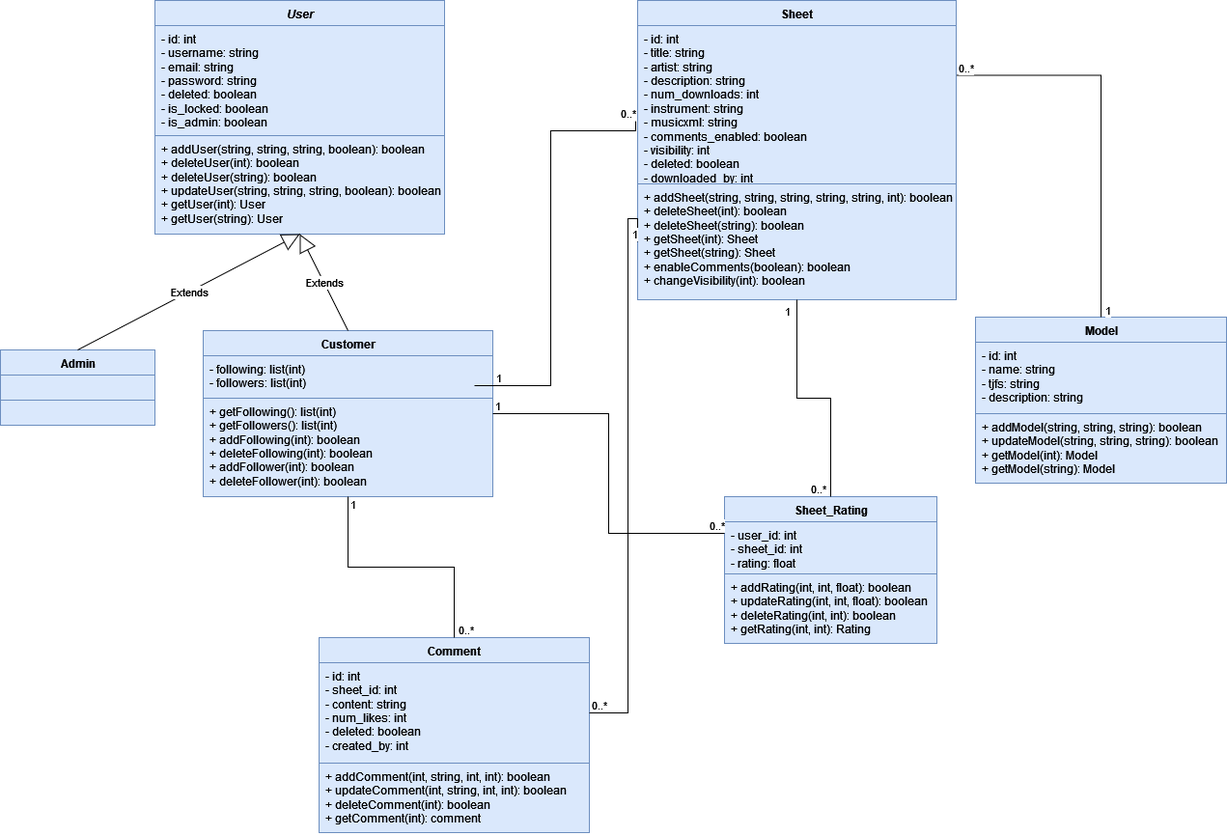
Above: db/Knowtes_Class_Diagram.png in ProjFall2025/Team3 (draw.io), before the change. Source tidied: cells renumbered, new cells last; positions are measured from the earlier drawing's top-left corner, leaving out a move shared by most shapes.
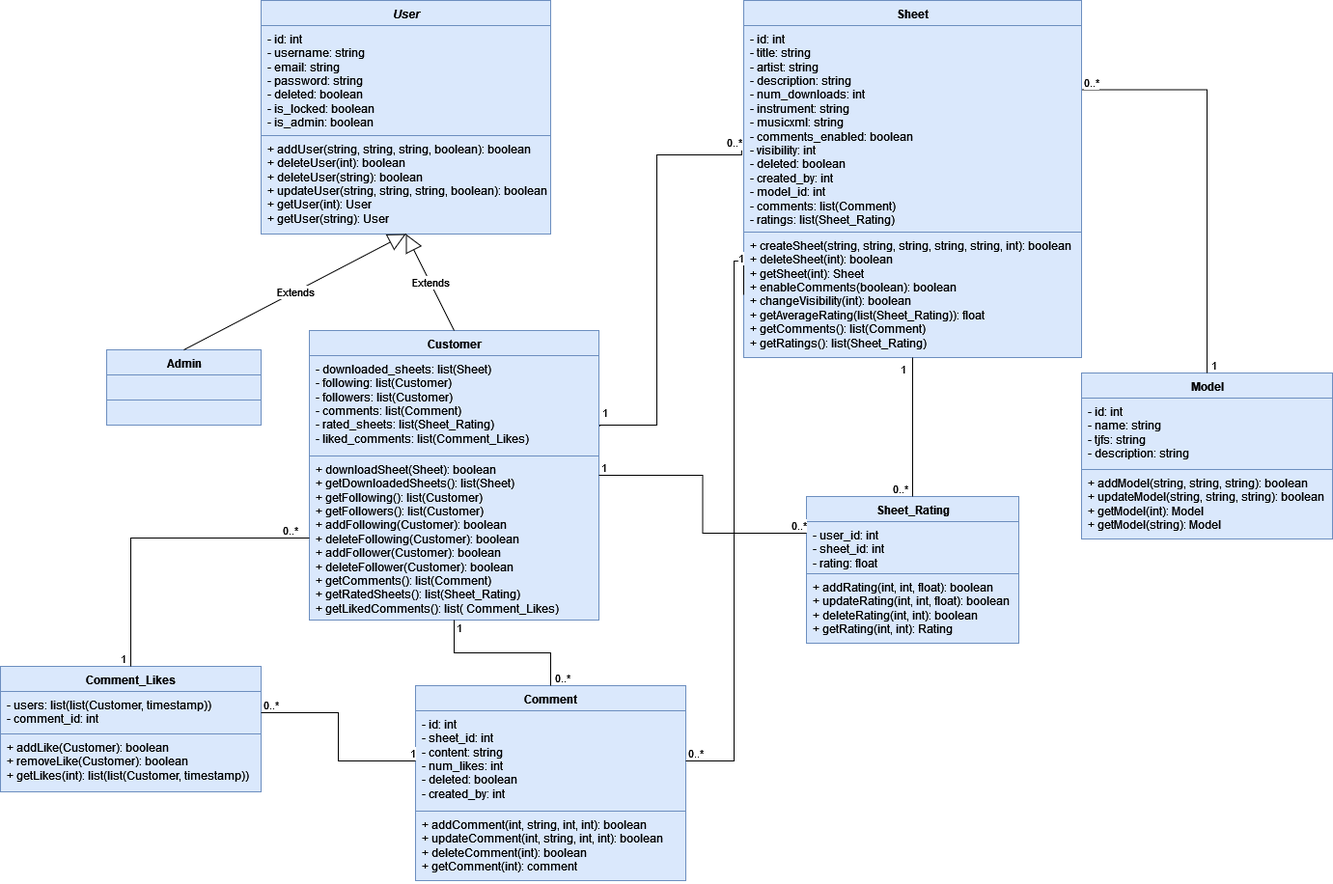
The same diagram one commit later.

Commit message:
Updated UML Class Diagram

The edit, as a diff of the source:
```diff
@@ -3,25 +3,25 @@
     <mxCell id="0" />
     <mxCell id="1" parent="0" />
     <mxCell id="2" value="Customer" style="swimlane;fontStyle=1;align=center;verticalAlign=top;horizontal=1;startSize=26;whiteSpace=wrap;html=1;fillColor=#dae8fc;strokeColor=#6c8ebf;" parent="1" vertex="1">
-      <mxGeometry x="210" y="342" width="300" height="172" as="geometry" />
+      <mxGeometry x="210" y="342" width="300" height="300" as="geometry" />
     </mxCell>
-    <mxCell id="3" value="&lt;div&gt;&lt;div&gt;&lt;div&gt;&lt;div&gt;&lt;div&gt;&lt;div&gt;&lt;div&gt;&lt;div&gt;&lt;div&gt;- following: list(int)&lt;/div&gt;&lt;div&gt;- followers: list(int)&lt;br&gt;&lt;/div&gt;&lt;/div&gt;&lt;/div&gt;&lt;/div&gt;&lt;/div&gt;&lt;/div&gt;&lt;/div&gt;&lt;/div&gt;&lt;/div&gt;&lt;div&gt;&lt;br&gt;&lt;/div&gt;" style="text;strokeColor=#6c8ebf;fillColor=#dae8fc;align=left;verticalAlign=top;spacingLeft=4;spacingRight=4;overflow=hidden;points=[[0,0.5],[1,0.5]];portConstraint=eastwest;whiteSpace=wrap;html=1;" parent="2" vertex="1">
-      <mxGeometry y="26" width="300" height="44" as="geometry" />
+    <mxCell id="3" value="&lt;div&gt;&lt;div&gt;&lt;div&gt;&lt;div&gt;&lt;div&gt;&lt;div&gt;&lt;div&gt;&lt;div&gt;&lt;div&gt;- downloaded_sheets: list(Sheet)&lt;br&gt;&lt;/div&gt;&lt;div&gt;- following: list(Customer)&lt;/div&gt;&lt;div&gt;- followers: list(Customer)&lt;/div&gt;&lt;div&gt;- comments: list(Comment)&lt;/div&gt;&lt;div&gt;- rated_sheets: list(Sheet_Rating)&lt;br&gt;&lt;/div&gt;&lt;/div&gt;&lt;/div&gt;&lt;/div&gt;&lt;/div&gt;&lt;/div&gt;&lt;/div&gt;&lt;/div&gt;&lt;/div&gt;&lt;div&gt;- liked_comments: list(Comment_Likes)&lt;br&gt;&lt;/div&gt;" style="text;strokeColor=#6c8ebf;fillColor=#dae8fc;align=left;verticalAlign=top;spacingLeft=4;spacingRight=4;overflow=hidden;points=[[0,0.5],[1,0.5]];portConstraint=eastwest;whiteSpace=wrap;html=1;" parent="2" vertex="1">
+      <mxGeometry y="26" width="300" height="104" as="geometry" />
     </mxCell>
-    <mxCell id="4" value="&lt;div&gt;&lt;div&gt;&lt;div&gt;&lt;div&gt;&lt;div&gt;&lt;div&gt;+ getFollowing(): list(int)&lt;/div&gt;&lt;div&gt;+ getFollowers(): list(int)&lt;/div&gt;&lt;div&gt;+ addFollowing(int): boolean&lt;/div&gt;&lt;div&gt;+ deleteFollowing(int): boolean&lt;/div&gt;&lt;div&gt;+ addFollower(int): boolean&lt;/div&gt;&lt;div&gt;+ deleteFollower(int): boolean&lt;br&gt;&lt;/div&gt;&lt;div&gt;&lt;br&gt;&lt;/div&gt;&lt;/div&gt;&lt;/div&gt;&lt;/div&gt;&lt;/div&gt;&lt;/div&gt;" style="text;strokeColor=#6c8ebf;fillColor=#dae8fc;align=left;verticalAlign=top;spacingLeft=4;spacingRight=4;overflow=hidden;points=[[0,0.5],[1,0.5]];portConstraint=eastwest;whiteSpace=wrap;html=1;" parent="2" vertex="1">
-      <mxGeometry y="70" width="300" height="102" as="geometry" />
+    <mxCell id="4" value="&lt;div&gt;&lt;div&gt;&lt;div&gt;&lt;div&gt;&lt;div&gt;&lt;div&gt;+ downloadSheet(Sheet): boolean&lt;br&gt;&lt;/div&gt;&lt;div&gt;+ getDownloadedSheets(): list(Sheet)&lt;br&gt;&lt;/div&gt;&lt;div&gt;+ getFollowing(): list(Customer)&lt;/div&gt;&lt;div&gt;+ getFollowers(): list(Customer)&lt;/div&gt;&lt;div&gt;+ addFollowing(Customer): boolean&lt;/div&gt;&lt;div&gt;+ deleteFollowing(Customer): boolean&lt;/div&gt;&lt;div&gt;+ addFollower(Customer): boolean&lt;/div&gt;&lt;div&gt;+ deleteFollower(Customer): boolean&lt;/div&gt;&lt;div&gt;+ getComments(): list(Comment)&lt;/div&gt;&lt;div&gt;+ getRatedSheets(): list(Sheet_Rating)&lt;/div&gt;&lt;div&gt;+ getLikedComments(): list( Comment_Likes)&lt;br&gt;&lt;/div&gt;&lt;div&gt;&lt;br&gt;&lt;/div&gt;&lt;/div&gt;&lt;/div&gt;&lt;/div&gt;&lt;/div&gt;&lt;/div&gt;" style="text;strokeColor=#6c8ebf;fillColor=#dae8fc;align=left;verticalAlign=top;spacingLeft=4;spacingRight=4;overflow=hidden;points=[[0,0.5],[1,0.5]];portConstraint=eastwest;whiteSpace=wrap;html=1;" parent="2" vertex="1">
+      <mxGeometry y="130" width="300" height="170" as="geometry" />
     </mxCell>
     <mxCell id="5" value="Sheet" style="swimlane;fontStyle=1;align=center;verticalAlign=top;horizontal=1;startSize=26;whiteSpace=wrap;html=1;fillColor=#dae8fc;strokeColor=#6c8ebf;" parent="1" vertex="1">
-      <mxGeometry x="660" width="330" height="310" as="geometry" />
+      <mxGeometry x="660" width="350" height="370" as="geometry" />
     </mxCell>
-    <mxCell id="6" value="&lt;div&gt;- id: int&lt;/div&gt;&lt;div&gt;&lt;div&gt;- title: string&lt;br&gt;&lt;/div&gt;&lt;div&gt;&lt;div&gt;- artist: string &lt;br&gt;&lt;/div&gt;&lt;div&gt;&lt;div&gt;- description: string&lt;/div&gt;&lt;div&gt;&lt;div&gt;- num_downloads: int&lt;br&gt;&lt;/div&gt;&lt;div&gt;&lt;div&gt;- instrument: string&lt;br&gt;&lt;/div&gt;&lt;div&gt;&lt;div&gt;- musicxml: string&lt;br&gt;&lt;/div&gt;&lt;div&gt;&lt;div&gt;- comments_enabled: boolean&lt;br&gt;&lt;/div&gt;&lt;div&gt;&lt;div&gt;- visibility: int&lt;br&gt;&lt;/div&gt;&lt;div&gt;&lt;div&gt;- deleted: boolean&lt;br&gt;&lt;/div&gt;&lt;div&gt;- downloaded_by: int&lt;br&gt;&lt;br&gt;&lt;/div&gt;&lt;/div&gt;&lt;div&gt;&lt;br&gt;&lt;br&gt;&lt;/div&gt;&lt;/div&gt;&lt;/div&gt;&lt;/div&gt;&lt;/div&gt;&lt;/div&gt;&lt;/div&gt;&lt;/div&gt;&lt;/div&gt;&lt;div&gt;&lt;br&gt;&lt;/div&gt;" style="text;strokeColor=#6c8ebf;fillColor=#dae8fc;align=left;verticalAlign=top;spacingLeft=4;spacingRight=4;overflow=hidden;points=[[0,0.5],[1,0.5]];portConstraint=eastwest;whiteSpace=wrap;html=1;" parent="5" vertex="1">
-      <mxGeometry y="26" width="330" height="164" as="geometry" />
+    <mxCell id="6" value="&lt;div&gt;- id: int&lt;/div&gt;&lt;div&gt;&lt;div&gt;- title: string&lt;br&gt;&lt;/div&gt;&lt;div&gt;&lt;div&gt;- artist: string &lt;br&gt;&lt;/div&gt;&lt;div&gt;&lt;div&gt;- description: string&lt;/div&gt;&lt;div&gt;&lt;div&gt;- num_downloads: int&lt;br&gt;&lt;/div&gt;&lt;div&gt;&lt;div&gt;- instrument: string&lt;br&gt;&lt;/div&gt;&lt;div&gt;&lt;div&gt;- musicxml: string&lt;br&gt;&lt;/div&gt;&lt;div&gt;&lt;div&gt;- comments_enabled: boolean&lt;br&gt;&lt;/div&gt;&lt;div&gt;&lt;div&gt;- visibility: int&lt;br&gt;&lt;/div&gt;&lt;div&gt;&lt;div&gt;- deleted: boolean&lt;br&gt;&lt;/div&gt;&lt;div&gt;- created_by: int&lt;/div&gt;&lt;div&gt;- model_id: int&lt;/div&gt;&lt;div&gt;- comments: list(Comment)&lt;/div&gt;&lt;div&gt;- ratings: list(Sheet_Rating)&lt;br&gt;&lt;/div&gt;&lt;/div&gt;&lt;div&gt;&lt;br&gt;&lt;br&gt;&lt;/div&gt;&lt;/div&gt;&lt;/div&gt;&lt;/div&gt;&lt;/div&gt;&lt;/div&gt;&lt;/div&gt;&lt;/div&gt;&lt;/div&gt;&lt;div&gt;&lt;br&gt;&lt;/div&gt;" style="text;strokeColor=#6c8ebf;fillColor=#dae8fc;align=left;verticalAlign=top;spacingLeft=4;spacingRight=4;overflow=hidden;points=[[0,0.5],[1,0.5]];portConstraint=eastwest;whiteSpace=wrap;html=1;" parent="5" vertex="1">
+      <mxGeometry y="26" width="350" height="214" as="geometry" />
     </mxCell>
-    <mxCell id="7" value="&lt;div&gt;+ addSheet(string, string, string, string, string, int): boolean&lt;/div&gt;&lt;div&gt;+ deleteSheet(int): boolean&lt;/div&gt;&lt;div&gt;+ deleteSheet(string): boolean&lt;/div&gt;&lt;div&gt;+ getSheet(int): Sheet&lt;/div&gt;&lt;div&gt;+ getSheet(string): Sheet&lt;/div&gt;&lt;div&gt;+ enableComments(boolean): boolean&lt;/div&gt;&lt;div&gt;+ changeVisibility(int): boolean&lt;br&gt;&lt;/div&gt;" style="text;strokeColor=#6c8ebf;fillColor=#dae8fc;align=left;verticalAlign=top;spacingLeft=4;spacingRight=4;overflow=hidden;points=[[0,0.5],[1,0.5]];portConstraint=eastwest;whiteSpace=wrap;html=1;" parent="5" vertex="1">
-      <mxGeometry y="190" width="330" height="120" as="geometry" />
+    <mxCell id="7" value="&lt;div&gt;+ createSheet(string, string, string, string, string, int): boolean&lt;/div&gt;&lt;div&gt;+ deleteSheet(int): boolean&lt;/div&gt;&lt;div&gt;+ getSheet(int): Sheet&lt;/div&gt;&lt;div&gt;+ enableComments(boolean): boolean&lt;/div&gt;&lt;div&gt;+ changeVisibility(int): boolean&lt;/div&gt;&lt;div&gt;+ getAverageRating(list(Sheet_Rating)): float&lt;/div&gt;&lt;div&gt;+ getComments(): list(Comment)&lt;/div&gt;&lt;div&gt;+ getRatings(): list(Sheet_Rating)&lt;br&gt;&lt;/div&gt;" style="text;strokeColor=#6c8ebf;fillColor=#dae8fc;align=left;verticalAlign=top;spacingLeft=4;spacingRight=4;overflow=hidden;points=[[0,0.5],[1,0.5]];portConstraint=eastwest;whiteSpace=wrap;html=1;" parent="5" vertex="1">
+      <mxGeometry y="240" width="350" height="130" as="geometry" />
     </mxCell>
     <mxCell id="8" value="Model" style="swimlane;fontStyle=1;align=center;verticalAlign=top;horizontal=1;startSize=26;whiteSpace=wrap;html=1;fillColor=#dae8fc;strokeColor=#6c8ebf;" parent="1" vertex="1">
-      <mxGeometry x="1010" y="328" width="260" height="172" as="geometry" />
+      <mxGeometry x="1010" y="386" width="260" height="172" as="geometry" />
     </mxCell>
     <mxCell id="9" value="&lt;div&gt;- id: int&lt;/div&gt;&lt;div&gt;- name: string&lt;/div&gt;&lt;div&gt;- tjfs: string&lt;/div&gt;&lt;div&gt;- description: string&lt;br&gt;&lt;/div&gt;&lt;div&gt;&lt;br&gt;&lt;/div&gt;" style="text;strokeColor=#6c8ebf;fillColor=#dae8fc;align=left;verticalAlign=top;spacingLeft=4;spacingRight=4;overflow=hidden;whiteSpace=wrap;html=1;" parent="8" vertex="1">
       <mxGeometry y="26" width="260" height="74" as="geometry" />
@@ -30,7 +30,7 @@
       <mxGeometry y="100" width="260" height="72" as="geometry" />
     </mxCell>
     <mxCell id="11" value="Sheet_Rating" style="swimlane;fontStyle=1;align=center;verticalAlign=top;horizontal=1;startSize=26;whiteSpace=wrap;html=1;fillColor=#dae8fc;strokeColor=#6c8ebf;" parent="1" vertex="1">
-      <mxGeometry x="750" y="514" width="220" height="152" as="geometry" />
+      <mxGeometry x="725" y="514" width="220" height="152" as="geometry" />
     </mxCell>
     <mxCell id="12" value="&lt;div&gt;- user_id: int&lt;br&gt;&lt;/div&gt;&lt;div&gt;- sheet_id: int&lt;/div&gt;&lt;div&gt;- rating: float&lt;/div&gt;" style="text;strokeColor=#6c8ebf;fillColor=#dae8fc;align=left;verticalAlign=top;spacingLeft=4;spacingRight=4;overflow=hidden;whiteSpace=wrap;html=1;" parent="11" vertex="1">
       <mxGeometry y="26" width="220" height="54" as="geometry" />
@@ -39,7 +39,7 @@
       <mxGeometry y="80" width="220" height="72" as="geometry" />
     </mxCell>
     <mxCell id="14" value="Comment" style="swimlane;fontStyle=1;align=center;verticalAlign=top;horizontal=1;startSize=26;whiteSpace=wrap;html=1;fillColor=#dae8fc;strokeColor=#6c8ebf;" parent="1" vertex="1">
-      <mxGeometry x="330" y="660" width="280" height="202" as="geometry" />
+      <mxGeometry x="320" y="710" width="280" height="202" as="geometry" />
     </mxCell>
     <mxCell id="15" value="&lt;div&gt;- id: int&lt;/div&gt;&lt;div&gt;- sheet_id: int&lt;br&gt;&lt;/div&gt;&lt;div&gt;- content: string&lt;/div&gt;&lt;div&gt;- num_likes: int&lt;/div&gt;&lt;div&gt;- deleted: boolean&lt;/div&gt;&lt;div&gt;- created_by: int&lt;br&gt;&lt;/div&gt;" style="text;strokeColor=#6c8ebf;fillColor=#dae8fc;align=left;verticalAlign=top;spacingLeft=4;spacingRight=4;overflow=hidden;points=[[0,0.5],[1,0.5]];portConstraint=eastwest;whiteSpace=wrap;html=1;" parent="14" vertex="1">
       <mxGeometry y="26" width="280" height="104" as="geometry" />
@@ -74,15 +74,17 @@
     <mxCell id="25" style="endArrow=none;html=1;edgeStyle=orthogonalEdgeStyle;rounded=0;exitX=1.003;exitY=0.705;exitDx=0;exitDy=0;exitPerimeter=0;entryX=-0.006;entryY=0.604;entryDx=0;entryDy=0;entryPerimeter=0;" parent="1" edge="1" source="3" target="6">
       <mxGeometry relative="1" as="geometry">
         <Array as="points">
-          <mxPoint x="491" y="399" />
-          <mxPoint x="570" y="399" />
-          <mxPoint x="570" y="135" />
-          <mxPoint x="658" y="135" />
+          <mxPoint x="511" y="440" />
+          <mxPoint x="570" y="440" />
+          <mxPoint x="570" y="160" />
+          <mxPoint x="658" y="160" />
         </Array>
       </mxGeometry>
     </mxCell>
     <mxCell id="26" value="1" style="edgeLabel;html=1;align=left;verticalAlign=bottom;" parent="25" vertex="1">
-      <mxGeometry x="-1" relative="1" as="geometry" />
+      <mxGeometry x="-1" relative="1" as="geometry">
+        <mxPoint y="-6" as="offset" />
+      </mxGeometry>
     </mxCell>
     <mxCell id="27" value="0..*" style="edgeLabel;html=1;align=right;verticalAlign=bottom;" parent="25" vertex="1">
       <mxGeometry x="1" relative="1" as="geometry" />
@@ -136,8 +138,9 @@
     <mxCell id="40" style="endArrow=none;html=1;edgeStyle=orthogonalEdgeStyle;rounded=0;entryX=0;entryY=0.5;entryDx=0;entryDy=0;exitX=1;exitY=0.5;exitDx=0;exitDy=0;" parent="1" edge="1" source="15" target="7">
       <mxGeometry relative="1" as="geometry">
         <Array as="points">
-          <mxPoint x="650" y="738" />
-          <mxPoint x="650" y="226" />
+          <mxPoint x="650" y="788" />
+          <mxPoint x="650" y="270" />
+          <mxPoint x="660" y="270" />
         </Array>
       </mxGeometry>
     </mxCell>
@@ -145,7 +148,40 @@
       <mxGeometry x="-1" relative="1" as="geometry" />
     </mxCell>
     <mxCell id="42" value="1" style="edgeLabel;html=1;align=right;verticalAlign=bottom;" parent="40" vertex="1">
-      <mxGeometry x="1" relative="1" as="geometry" />
+      <mxGeometry x="1" relative="1" as="geometry">
+        <mxPoint y="-30" as="offset" />
+      </mxGeometry>
     </mxCell>
+    <mxCell id="43" value="Comment_Likes" style="swimlane;fontStyle=1;align=center;verticalAlign=top;horizontal=1;startSize=26;whiteSpace=wrap;html=1;fillColor=#dae8fc;strokeColor=#6c8ebf;" parent="1" vertex="1">
+      <mxGeometry x="-110" y="690" width="270" height="130" as="geometry" />
+    </mxCell>
+    <mxCell id="44" value="&lt;div&gt;- users: list(list(Customer, timestamp))&lt;br&gt;&lt;/div&gt;&lt;div&gt;- comment_id: int&lt;/div&gt;&lt;div&gt;&lt;br&gt;&lt;/div&gt;" style="text;strokeColor=#6c8ebf;fillColor=#dae8fc;align=left;verticalAlign=top;spacingLeft=4;spacingRight=4;overflow=hidden;points=[[0,0.5],[1,0.5]];portConstraint=eastwest;whiteSpace=wrap;html=1;" parent="43" vertex="1">
+      <mxGeometry y="26" width="270" height="44" as="geometry" />
+    </mxCell>
+    <mxCell id="45" value="&lt;div&gt;+ addLike(Customer): boolean&lt;/div&gt;&lt;div&gt;+ removeLike(Customer): boolean&lt;/div&gt;&lt;div&gt;+ getLikes(int): list(list(Customer, timestamp))&lt;br&gt;&lt;/div&gt;" style="text;strokeColor=#6c8ebf;fillColor=#dae8fc;align=left;verticalAlign=top;spacingLeft=4;spacingRight=4;overflow=hidden;whiteSpace=wrap;html=1;" parent="43" vertex="1">
+      <mxGeometry y="70" width="270" height="60" as="geometry" />
+    </mxCell>
+    <mxCell id="46" style="endArrow=none;html=1;edgeStyle=orthogonalEdgeStyle;rounded=0;exitX=0;exitY=0.5;exitDx=0;exitDy=0;entryX=0.5;entryY=0;entryDx=0;entryDy=0;" parent="1" edge="1" source="4" target="43">
+      <mxGeometry relative="1" as="geometry" />
+    </mxCell>
+    <mxCell id="47" value="0..*" style="edgeLabel;html=1;align=left;verticalAlign=bottom;" parent="46" vertex="1">
+      <mxGeometry x="-1" relative="1" as="geometry">
+        <mxPoint x="-30" as="offset" />
+      </mxGeometry>
+    </mxCell>
+    <mxCell id="48" value="1" style="edgeLabel;html=1;align=right;verticalAlign=bottom;" parent="46" vertex="1">
+      <mxGeometry x="1" relative="1" as="geometry">
+        <mxPoint x="-5" as="offset" />
+      </mxGeometry>
+    </mxCell>
+    <mxCell id="49" style="endArrow=none;html=1;edgeStyle=orthogonalEdgeStyle;rounded=0;exitX=1;exitY=0.5;exitDx=0;exitDy=0;entryX=0;entryY=0.5;entryDx=0;entryDy=0;" parent="1" edge="1" source="44" target="15">
+      <mxGeometry relative="1" as="geometry" />
+    </mxCell>
+    <mxCell id="50" value="0..*" style="edgeLabel;html=1;align=left;verticalAlign=bottom;" parent="49" vertex="1">
+      <mxGeometry x="-1" relative="1" as="geometry" />
+    </mxCell>
+    <mxCell id="51" value="1" style="edgeLabel;html=1;align=right;verticalAlign=bottom;" parent="49" vertex="1">
+      <mxGeometry x="1" relative="1" as="geometry" />
+    </mxCell>
   </root>
 </mxGraphModel>
```
